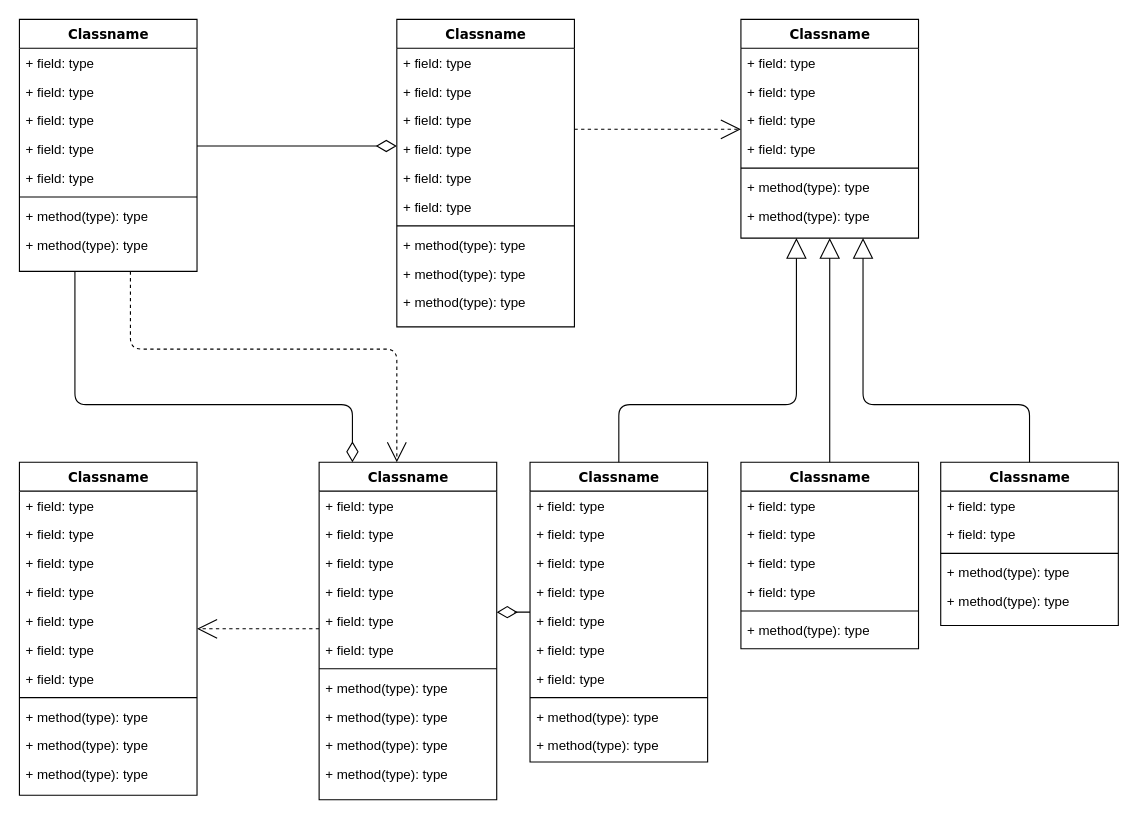
Above: Diagrams/Class Diagram.drawio in JoanLushi22/ReceptionApp (draw.io), before the change. Source tidied: cells renumbered, new cells numbered last; positions are measured from the earlier drawing's top-left corner, leaving out a move shared by most shapes. Both pictures are drawn from the tidied source at 111%, with x=0, y=0 at pixel (19, 19).
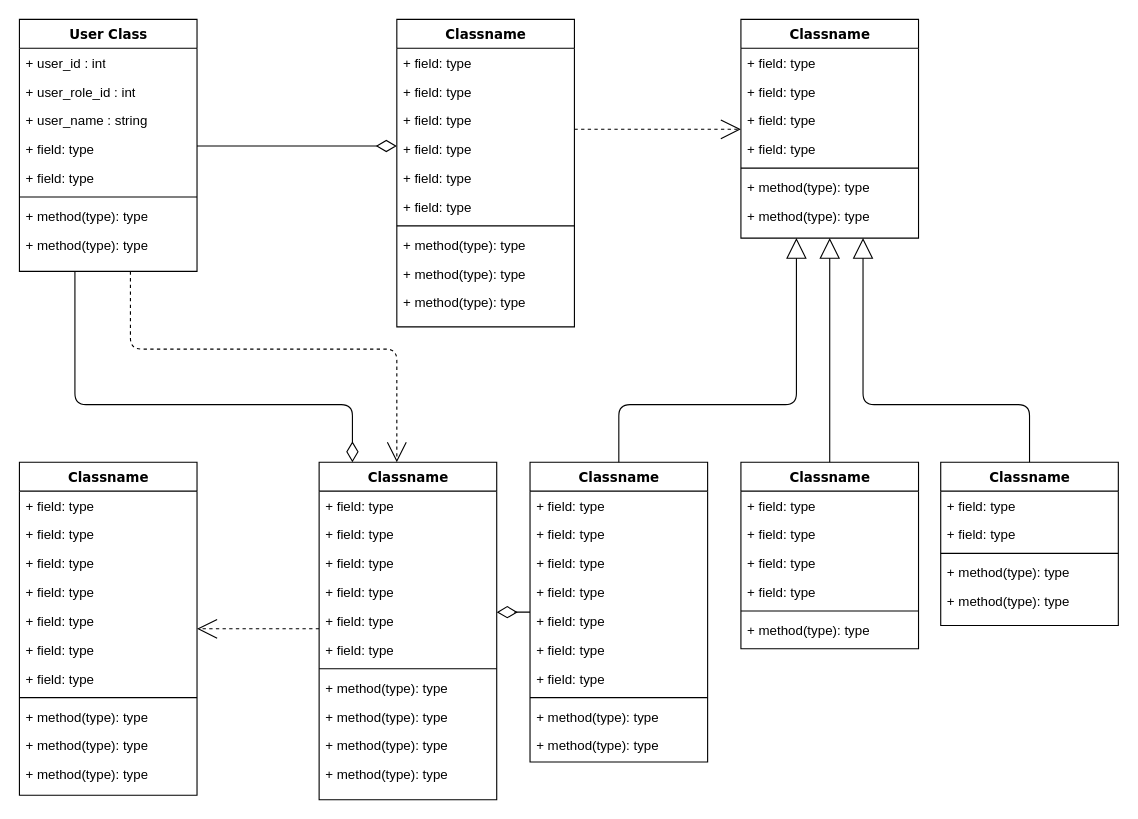
The same diagram, later.

Diff of the diagram source:
```diff
@@
-    <mxCell id="4" value="Classname" style="swimlane;html=1;fontStyle=1;align=center;verticalAlign=top;horizontal=1;startSize=26;swimlaneFillColor=#ffffff;rounded=0;shadow=0;comic=0;labelBackgroundColor=none;strokeWidth=1;fillColor=none;fontFamily=Verdana;fontSize=12;" parent="1" vertex="1">
+    <mxCell id="4" value="User Class" style="swimlane;html=1;fontStyle=1;align=center;verticalAlign=top;horizontal=1;startSize=26;swimlaneFillColor=#ffffff;rounded=0;shadow=0;comic=0;labelBackgroundColor=none;strokeWidth=1;fillColor=none;fontFamily=Verdana;fontSize=12;" parent="1" vertex="1">
       <mxGeometry width="160" height="227" as="geometry" />
     </mxCell>
-    <mxCell id="5" value="+ field: type" style="text;html=1;strokeColor=none;fillColor=none;align=left;verticalAlign=top;spacingLeft=4;spacingRight=4;whiteSpace=wrap;overflow=hidden;" parent="4" vertex="1">
+    <mxCell id="5" value="+ user_id : int" style="text;html=1;strokeColor=none;fillColor=none;align=left;verticalAlign=top;spacingLeft=4;spacingRight=4;whiteSpace=wrap;overflow=hidden;" parent="4" vertex="1">
       <mxGeometry y="26" width="160" height="26" as="geometry" />
     </mxCell>
-    <mxCell id="6" value="+ field: type" style="text;html=1;strokeColor=none;fillColor=none;align=left;verticalAlign=top;spacingLeft=4;spacingRight=4;whiteSpace=wrap;overflow=hidden;" parent="4" vertex="1">
+    <mxCell id="6" value="+ user_role_id : int" style="text;html=1;strokeColor=none;fillColor=none;align=left;verticalAlign=top;spacingLeft=4;spacingRight=4;whiteSpace=wrap;overflow=hidden;" parent="4" vertex="1">
       <mxGeometry y="52" width="160" height="26" as="geometry" />
     </mxCell>
-    <mxCell id="7" value="+ field: type" style="text;html=1;strokeColor=none;fillColor=none;align=left;verticalAlign=top;spacingLeft=4;spacingRight=4;whiteSpace=wrap;overflow=hidden;" parent="4" vertex="1">
+    <mxCell id="7" value="+ user_name : string" style="text;html=1;strokeColor=none;fillColor=none;align=left;verticalAlign=top;spacingLeft=4;spacingRight=4;whiteSpace=wrap;overflow=hidden;" parent="4" vertex="1">
       <mxGeometry y="78" width="160" height="26" as="geometry" />
     </mxCell>
```
